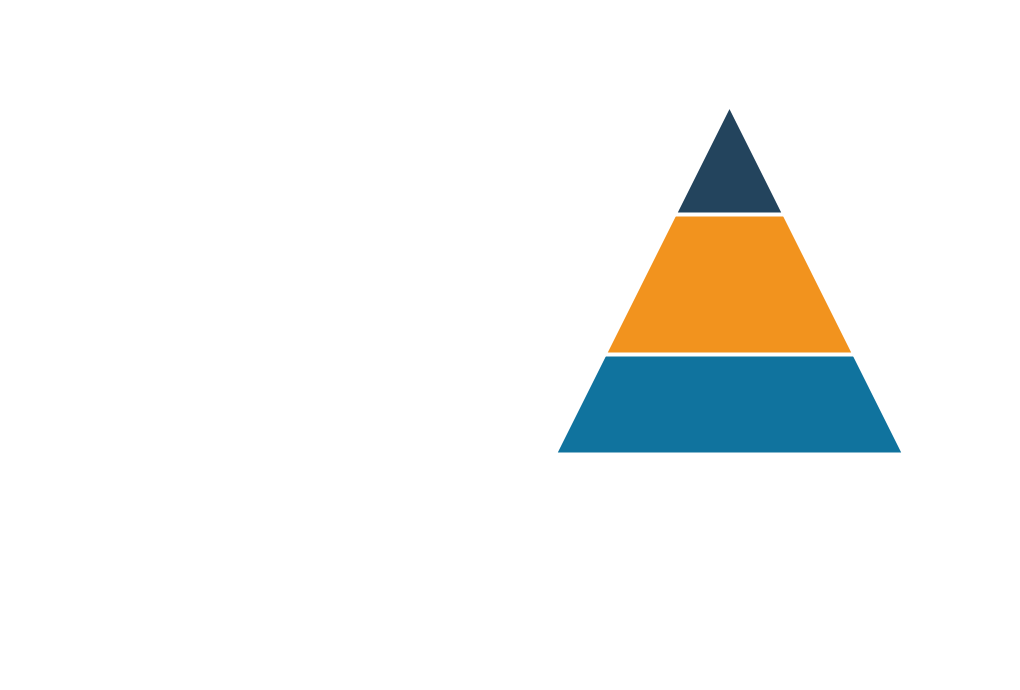
peng-fan/drawio keeps this draw.io diagram as page "第 8 页" (8 of 8) of draw/ppt.drawio. Above is the earlier version. Source tidied: cells renumbered, new cells numbered last; positions are measured from the earlier drawing's top-left corner, leaving out a move shared by most shapes. Both pictures are drawn from the tidied source at 100%, with x=0, y=0 at pixel (554, 104).
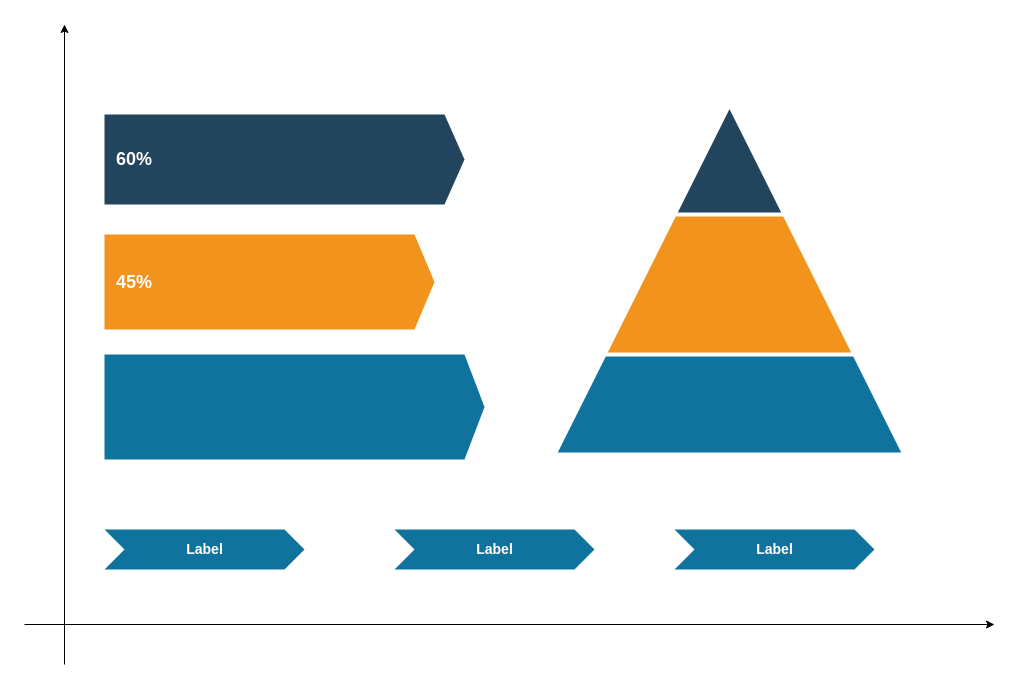
Above is the later version.

The edit, as a diff of the source:
```diff
@@
 <mxGraphModel>
   <root>
     <mxCell id="0" />
     <mxCell id="1" parent="0" />
     <mxCell id="2" style="triangle;direction=north;strokeWidth=4;html=1;fillColor=#10739E;strokeColor=#ffffff;shadow=0;fontSize=10;fontColor=#FFFFFF;align=center;fontStyle=0;whiteSpace=wrap;spacing=10;" parent="1" vertex="1">
       <mxGeometry width="350" height="350" as="geometry" />
     </mxCell>
     <mxCell id="3" style="triangle;direction=north;strokeWidth=4;html=1;fillColor=#F2931E;strokeColor=#ffffff;shadow=0;fontSize=10;fontColor=#FFFFFF;align=center;fontStyle=0;whiteSpace=wrap;spacing=10;" parent="1" vertex="1">
       <mxGeometry x="50" width="250" height="250" as="geometry" />
     </mxCell>
     <mxCell id="4" style="triangle;direction=north;strokeWidth=4;html=1;fillColor=#23445D;strokeColor=#ffffff;shadow=0;fontSize=10;fontColor=#FFFFFF;align=center;fontStyle=0;whiteSpace=wrap;spacing=10;" parent="1" vertex="1">
       <mxGeometry x="120" width="110" height="110" as="geometry" />
     </mxCell>
+    <mxCell id="5" style="html=1;shape=mxgraph.infographic.ribbonSimple;notch1=0;notch2=20;fillColor=#10739E;strokeColor=none;align=left;verticalAlign=middle;fontColor=#ffffff;fontSize=18;spacingLeft=10;fontStyle=1;shadow=0;" parent="1" vertex="1">
+      <mxGeometry x="-450" y="250" width="380" height="105" as="geometry" />
+    </mxCell>
+    <mxCell id="6" value="45%" style="html=1;shape=mxgraph.infographic.ribbonSimple;notch1=0;notch2=20;fillColor=#F2931E;strokeColor=none;align=left;verticalAlign=middle;fontColor=#ffffff;fontSize=18;spacingLeft=10;fontStyle=1;shadow=0;" parent="1" vertex="1">
+      <mxGeometry x="-450" y="130" width="330" height="95" as="geometry" />
+    </mxCell>
+    <mxCell id="7" value="60%" style="html=1;shape=mxgraph.infographic.ribbonSimple;notch1=0;notch2=20;fillColor=#23445D;strokeColor=none;align=left;verticalAlign=middle;fontColor=#ffffff;fontSize=18;spacingLeft=10;fontStyle=1;shadow=0;" parent="1" vertex="1">
+      <mxGeometry x="-450" y="10" width="360" height="90" as="geometry" />
+    </mxCell>
+    <mxCell id="8" value="Label" style="html=1;shape=mxgraph.infographic.ribbonSimple;notch1=20;notch2=20;fillColor=#10739E;strokeColor=none;align=center;verticalAlign=middle;fontColor=#ffffff;fontSize=14;fontStyle=1;" parent="1" vertex="1">
+      <mxGeometry x="-450" y="425" width="200" height="40" as="geometry" />
+    </mxCell>
+    <mxCell id="9" value="Label" style="html=1;shape=mxgraph.infographic.ribbonSimple;notch1=20;notch2=20;fillColor=#10739E;strokeColor=none;align=center;verticalAlign=middle;fontColor=#ffffff;fontSize=14;fontStyle=1;" parent="1" vertex="1">
+      <mxGeometry x="-160" y="425" width="200" height="40" as="geometry" />
+    </mxCell>
+    <mxCell id="10" value="Label" style="html=1;shape=mxgraph.infographic.ribbonSimple;notch1=20;notch2=20;fillColor=#10739E;strokeColor=none;align=center;verticalAlign=middle;fontColor=#ffffff;fontSize=14;fontStyle=1;" parent="1" vertex="1">
+      <mxGeometry x="120" y="425" width="200" height="40" as="geometry" />
+    </mxCell>
+    <mxCell id="11" style="endArrow=classic;html=1;rounded=0;" parent="1" edge="1">
+      <mxGeometry relative="1" as="geometry">
+        <mxPoint x="-490" y="560" as="sourcePoint" />
+        <mxPoint x="-490" y="-80" as="targetPoint" />
+      </mxGeometry>
+    </mxCell>
+    <mxCell id="12" style="endArrow=classic;html=1;rounded=0;" parent="1" edge="1">
+      <mxGeometry relative="1" as="geometry">
+        <mxPoint x="-530" y="520" as="sourcePoint" />
+        <mxPoint x="440" y="520" as="targetPoint" />
+      </mxGeometry>
+    </mxCell>
   </root>
 </mxGraphModel>
```
